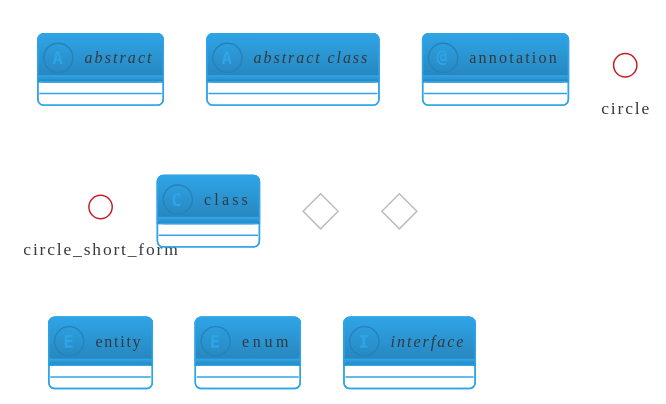
Above: gallery/img/Class-cerulean-outline.svg in The-Lum/puml-themes-gallery (PlantUML), before the change. Its source is kept beside it as gallery/Class-cerulean-outline.puml. Source of this version:
```plantuml
@startuml
!theme cerulean-outline
abstract        abstract
abstract class  "abstract class"
annotation      annotation
circle          circle
()              circle_short_form
class           class
diamond         diamond
<>              diamond_short_form
entity          entity
enum            enum
interface       interface
@enduml
```
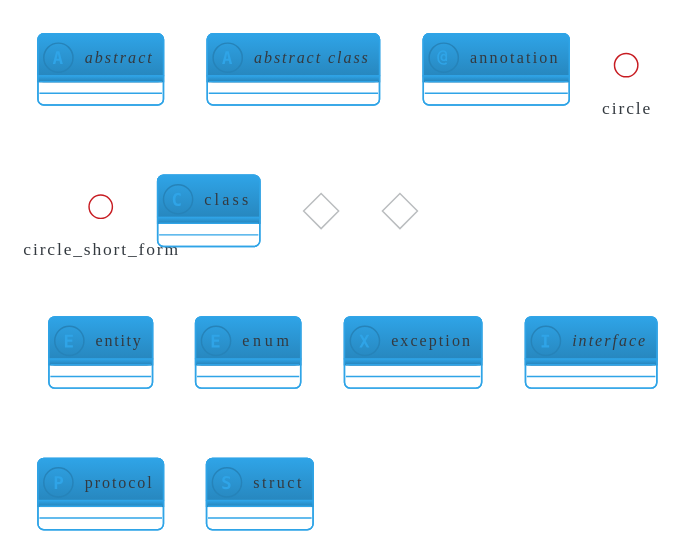
The same diagram one commit later.

The edit, as a diff of the source:
```diff
@@ -10,5 +10,8 @@
 <>              diamond_short_form
 entity          entity
 enum            enum
+exception       exception
 interface       interface
+protocol        protocol
+struct          struct
 @enduml
```
